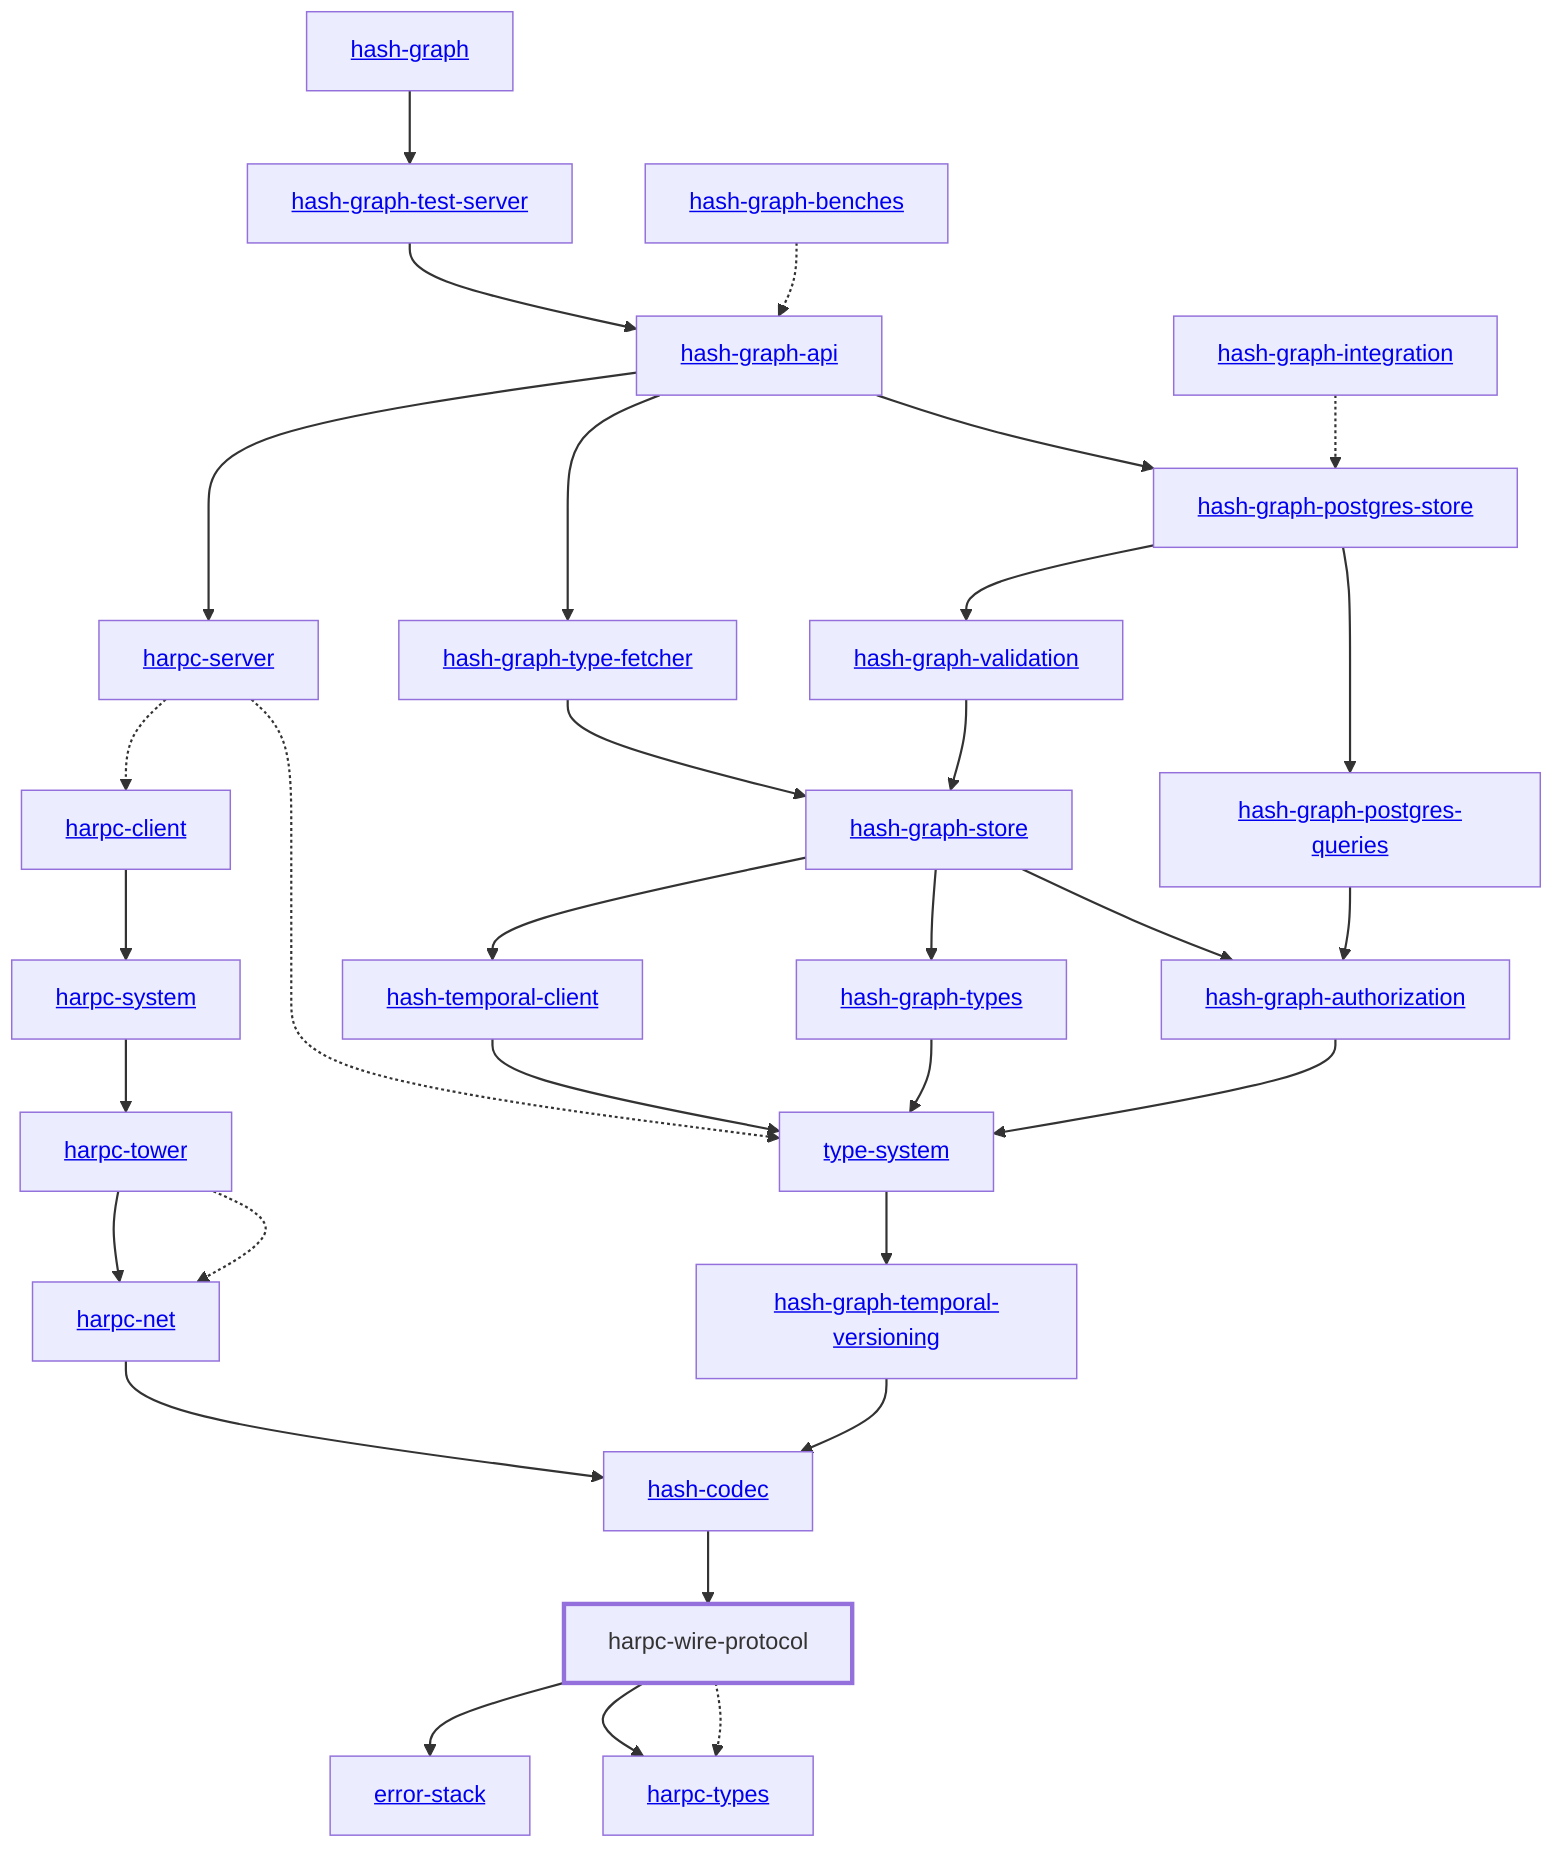
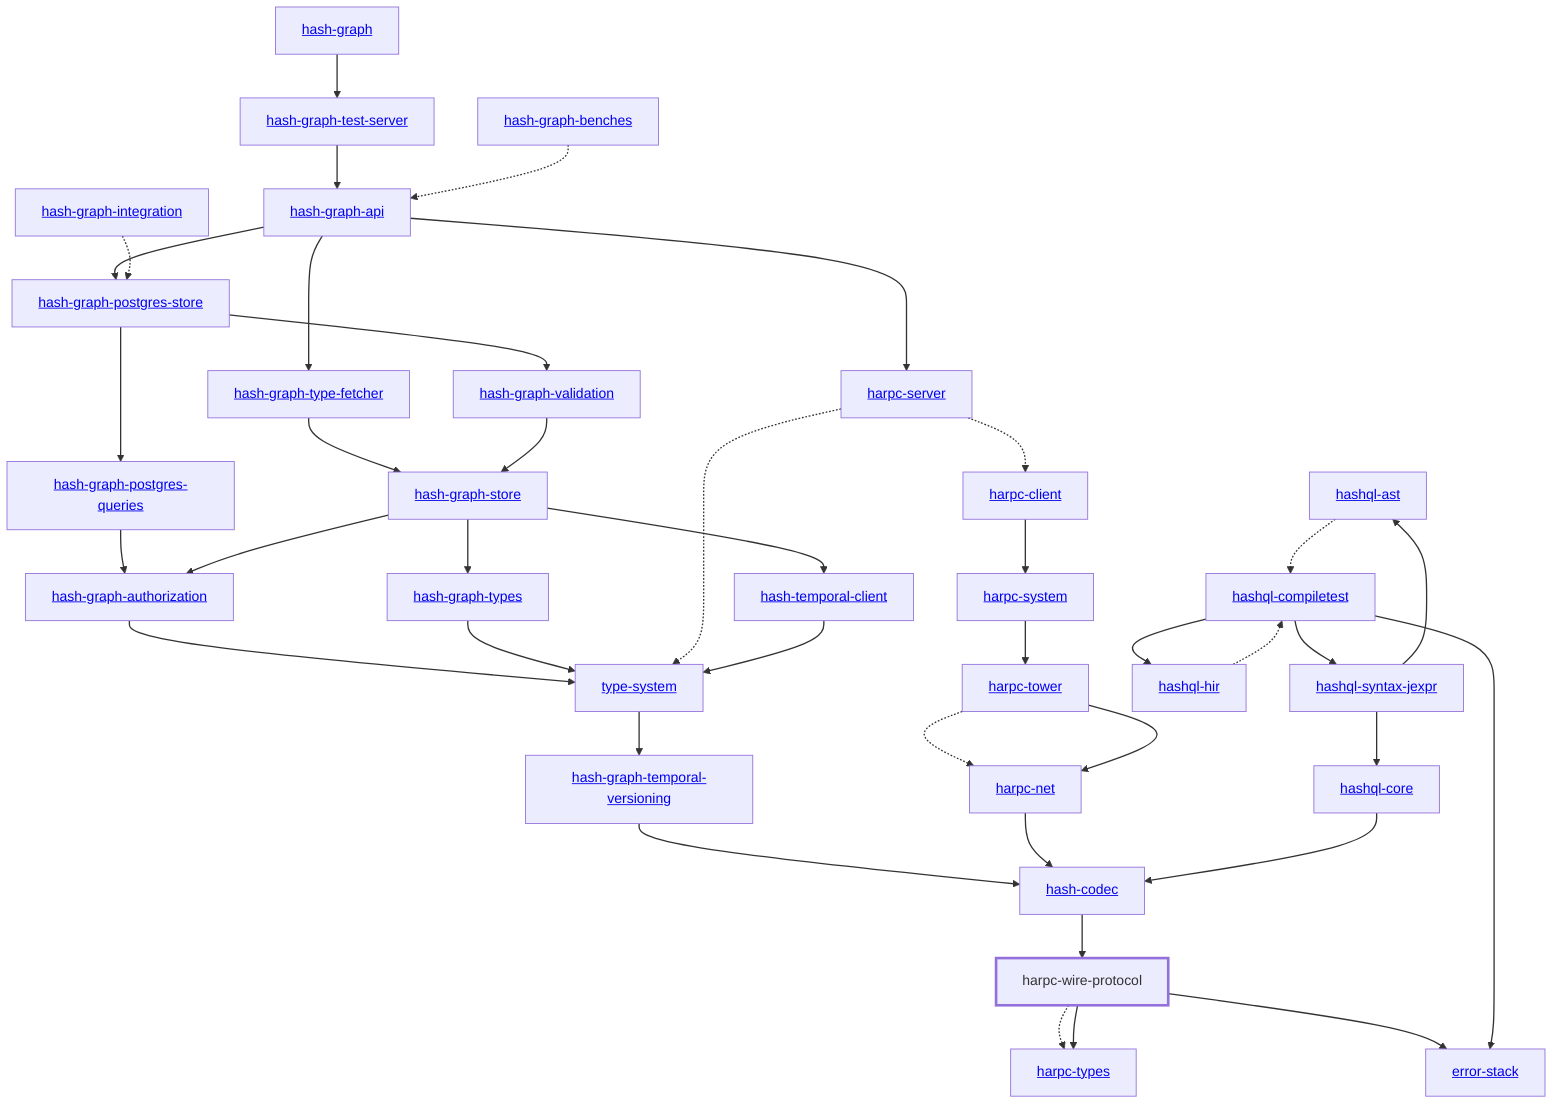
graph TD
    linkStyle default stroke-width:1.5px
    classDef default stroke-width:1px
    classDef root stroke-width:3px
    classDef dev stroke-width:1px
    classDef build stroke-width:1px
    %% Legend
    %% --> : Normal dependency
    %% -.-> : Dev dependency
    %% ---> : Build dependency
    0[<a href="../hash_graph">hash-graph</a>]
    1[<a href="../type_system">type-system</a>]
    2[<a href="../hash_codec">hash-codec</a>]
    3[<a href="../hash_graph_api">hash-graph-api</a>]
    4[<a href="../hash_graph_authorization">hash-graph-authorization</a>]
    5[<a href="../hash_graph_postgres_queries">hash-graph-postgres-queries</a>]
    6[<a href="../hash_graph_postgres_store">hash-graph-postgres-store</a>]
    7[<a href="../hash_graph_store">hash-graph-store</a>]
    8[<a href="../hash_graph_temporal_versioning">hash-graph-temporal-versioning</a>]
    9[<a href="../hash_graph_test_server">hash-graph-test-server</a>]
    10[<a href="../hash_graph_type_fetcher">hash-graph-type-fetcher</a>]
    11[<a href="../hash_graph_types">hash-graph-types</a>]
    12[<a href="../hash_graph_validation">hash-graph-validation</a>]
    13[<a href="../harpc_client">harpc-client</a>]
    14[<a href="../harpc_net">harpc-net</a>]
    15[<a href="../harpc_server">harpc-server</a>]
    16[<a href="../harpc_system">harpc-system</a>]
    17[<a href="../harpc_tower">harpc-tower</a>]
    18[<a href="../harpc_types">harpc-types</a>]
    19[harpc-wire-protocol]
    class 19 root
-     20[<a href="../hash_temporal_client">hash-temporal-client</a>]
-     21[<a href="../error_stack">error-stack</a>]
-     22[<a href="../hash_graph_benches">hash-graph-benches</a>]
-     23[<a href="../hash_graph_integration">hash-graph-integration</a>]
+     20[<a href="../hashql_ast">hashql-ast</a>]
+     21[<a href="../hashql_compiletest">hashql-compiletest</a>]
+     22[<a href="../hashql_core">hashql-core</a>]
+     23[<a href="../hashql_hir">hashql-hir</a>]
+     24[<a href="../hashql_syntax_jexpr">hashql-syntax-jexpr</a>]
+     25[<a href="../hash_temporal_client">hash-temporal-client</a>]
+     26[<a href="../error_stack">error-stack</a>]
+     27[<a href="../hash_graph_benches">hash-graph-benches</a>]
+     28[<a href="../hash_graph_integration">hash-graph-integration</a>]
    0 --> 9
    1 --> 8
    2 --> 19
    3 --> 6
    3 --> 10
    3 --> 15
    4 --> 1
    5 --> 4
    6 --> 5
    6 --> 12
    7 --> 4
    7 --> 11
-     7 --> 20
+     7 --> 25
    8 --> 2
    9 --> 3
    10 --> 7
    11 --> 1
    12 --> 7
    13 --> 16
    14 --> 2
    15 -.-> 1
    15 -.-> 13
    16 --> 17
    17 -.-> 14
    17 --> 14
    19 -.-> 18
    19 --> 18
-     19 --> 21
-     20 --> 1
-     22 -.-> 3
-     23 -.-> 6
+     19 --> 26
+     20 -.-> 21
+     21 --> 23
+     21 --> 24
+     21 --> 26
+     22 --> 2
+     23 -.-> 21
+     24 --> 20
+     24 --> 22
+     25 --> 1
+     27 -.-> 3
+     28 -.-> 6
